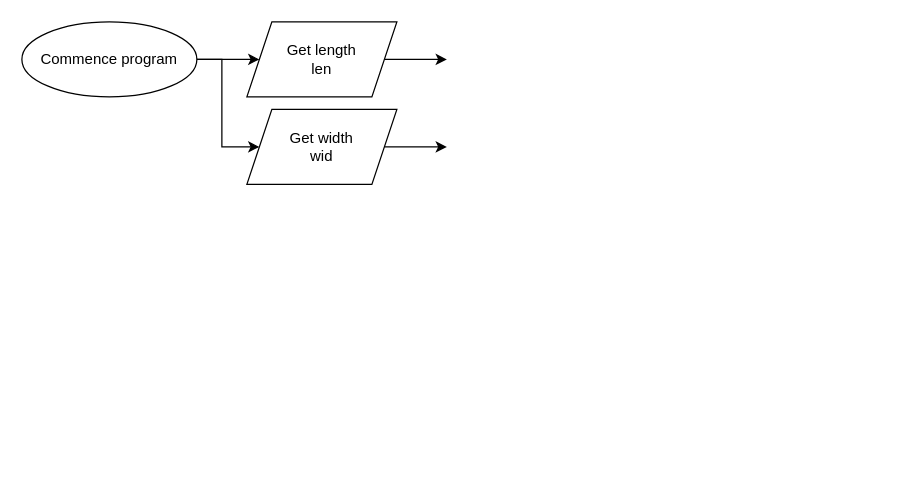
Above: Create a Flowchart for Area & Perimeter of a Rectangle with User Input.drawio in s299776/Unit1-03-Python (draw.io), before the change. Source tidied: cells renumbered, new cells numbered last; positions are measured from the earlier drawing's top-left corner, leaving out a move shared by most shapes. Both pictures are drawn from the tidied source at 125%, with x=0, y=0 at pixel (21, 21).
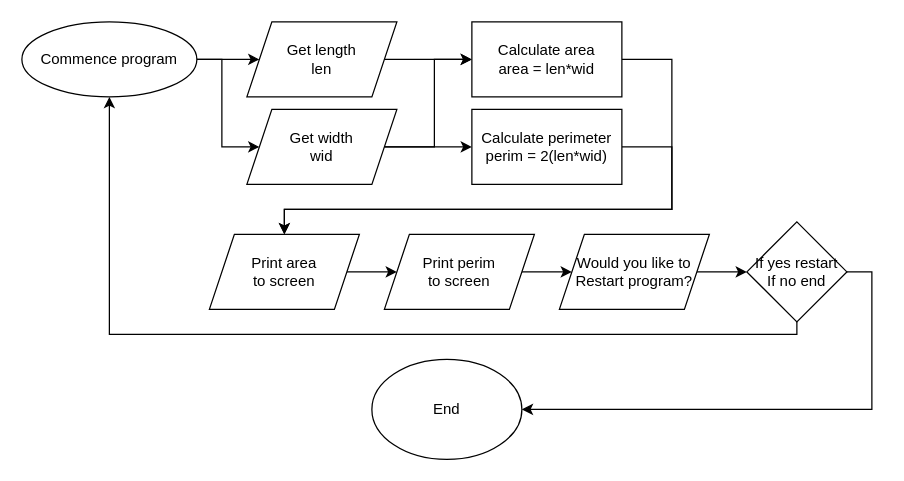
The same diagram, later.

Unchanged cells that the change refers to:
```xml
<mxCell id="3" value="Commence program" style="ellipse;whiteSpace=wrap;html=1;" parent="1" vertex="1">
  <mxGeometry width="140" height="60" as="geometry" />
</mxCell>
<mxCell id="5" value="Get length&lt;br&gt;len" style="shape=parallelogram;perimeter=parallelogramPerimeter;whiteSpace=wrap;html=1;fixedSize=1;" parent="1" vertex="1">
  <mxGeometry x="180" width="120" height="60" as="geometry" />
</mxCell>
<mxCell id="7" value="Get width&lt;br&gt;wid" style="shape=parallelogram;perimeter=parallelogramPerimeter;whiteSpace=wrap;html=1;fixedSize=1;" parent="1" vertex="1">
  <mxGeometry x="180" y="70" width="120" height="60" as="geometry" />
</mxCell>
```

Diff of the diagram source:
```diff
@@
-    <mxCell id="4" style="edgeStyle=orthogonalEdgeStyle;rounded=0;jettySize=auto;html=1;" parent="1" edge="1" source="5">
-      <mxGeometry relative="1" as="geometry">
-        <mxPoint x="340" y="30" as="targetPoint" />
-      </mxGeometry>
+    <mxCell id="4" style="edgeStyle=orthogonalEdgeStyle;rounded=0;jettySize=auto;html=1;entryX=0;entryY=0.5;entryDx=0;entryDy=0;" parent="1" edge="1" source="5" target="11">
+      <mxGeometry relative="1" as="geometry" />
     </mxCell>
@@
-    <mxCell id="6" style="edgeStyle=orthogonalEdgeStyle;rounded=0;jettySize=auto;html=1;" parent="1" edge="1" source="7">
+    <mxCell id="6" style="edgeStyle=orthogonalEdgeStyle;rounded=0;jettySize=auto;html=1;entryX=0;entryY=0.5;entryDx=0;entryDy=0;exitX=1;exitY=0.5;exitDx=0;exitDy=0;" parent="1" edge="1" source="7" target="11">
       <mxGeometry relative="1" as="geometry">
-        <mxPoint x="340" y="100" as="targetPoint" />
+        <Array as="points">
+          <mxPoint x="330" y="100" />
+          <mxPoint x="330" y="30" />
+        </Array>
       </mxGeometry>
     </mxCell>
+    <mxCell id="9" style="edgeStyle=orthogonalEdgeStyle;rounded=0;jettySize=auto;html=1;entryX=0;entryY=0.5;entryDx=0;entryDy=0;" parent="1" edge="1" source="7" target="13">
+      <mxGeometry relative="1" as="geometry" />
+    </mxCell>
@@
+    <mxCell id="10" style="edgeStyle=orthogonalEdgeStyle;rounded=0;jettySize=auto;html=1;" parent="1" edge="1" source="11" target="15">
+      <mxGeometry relative="1" as="geometry">
+        <Array as="points">
+          <mxPoint x="520" y="30" />
+          <mxPoint x="520" y="150" />
+          <mxPoint x="210" y="150" />
+        </Array>
+      </mxGeometry>
+    </mxCell>
+    <mxCell id="11" value="Calculate area&lt;br&gt;area = len*wid" style="rounded=0;whiteSpace=wrap;html=1;" parent="1" vertex="1">
+      <mxGeometry x="360" width="120" height="60" as="geometry" />
+    </mxCell>
+    <mxCell id="12" style="edgeStyle=orthogonalEdgeStyle;rounded=0;jettySize=auto;html=1;entryX=0.5;entryY=0;entryDx=0;entryDy=0;" parent="1" edge="1" source="13" target="15">
+      <mxGeometry relative="1" as="geometry">
+        <Array as="points">
+          <mxPoint x="520" y="100" />
+          <mxPoint x="520" y="150" />
+          <mxPoint x="210" y="150" />
+        </Array>
+      </mxGeometry>
+    </mxCell>
+    <mxCell id="13" value="Calculate perimeter&lt;br&gt;perim = 2(len*wid)" style="rounded=0;whiteSpace=wrap;html=1;" parent="1" vertex="1">
+      <mxGeometry x="360" y="70" width="120" height="60" as="geometry" />
+    </mxCell>
+    <mxCell id="14" style="edgeStyle=orthogonalEdgeStyle;rounded=0;jettySize=auto;html=1;entryX=0;entryY=0.5;entryDx=0;entryDy=0;" parent="1" edge="1" source="15" target="17">
+      <mxGeometry relative="1" as="geometry" />
+    </mxCell>
+    <mxCell id="15" value="Print area&lt;br&gt;to screen" style="shape=parallelogram;perimeter=parallelogramPerimeter;whiteSpace=wrap;html=1;fixedSize=1;" parent="1" vertex="1">
+      <mxGeometry x="150" y="170" width="120" height="60" as="geometry" />
+    </mxCell>
+    <mxCell id="16" style="edgeStyle=orthogonalEdgeStyle;rounded=0;jettySize=auto;html=1;" parent="1" edge="1" source="17" target="19">
+      <mxGeometry relative="1" as="geometry" />
+    </mxCell>
+    <mxCell id="17" value="Print perim&lt;br&gt;to screen" style="shape=parallelogram;perimeter=parallelogramPerimeter;whiteSpace=wrap;html=1;fixedSize=1;" parent="1" vertex="1">
+      <mxGeometry x="290" y="170" width="120" height="60" as="geometry" />
+    </mxCell>
+    <mxCell id="18" style="edgeStyle=orthogonalEdgeStyle;rounded=0;jettySize=auto;html=1;entryX=0;entryY=0.5;entryDx=0;entryDy=0;" parent="1" edge="1" source="19" target="22">
+      <mxGeometry relative="1" as="geometry" />
+    </mxCell>
+    <mxCell id="19" value="Would you like to&lt;br&gt;Restart program?" style="shape=parallelogram;perimeter=parallelogramPerimeter;whiteSpace=wrap;html=1;fixedSize=1;" parent="1" vertex="1">
+      <mxGeometry x="430" y="170" width="120" height="60" as="geometry" />
+    </mxCell>
+    <mxCell id="20" style="edgeStyle=orthogonalEdgeStyle;rounded=0;jettySize=auto;html=1;entryX=0.5;entryY=1;entryDx=0;entryDy=0;" parent="1" edge="1" source="22" target="3">
+      <mxGeometry relative="1" as="geometry">
+        <Array as="points">
+          <mxPoint x="620" y="250" />
+          <mxPoint x="70" y="250" />
+        </Array>
+      </mxGeometry>
+    </mxCell>
+    <mxCell id="21" style="edgeStyle=orthogonalEdgeStyle;rounded=0;jettySize=auto;html=1;entryX=1;entryY=0.5;entryDx=0;entryDy=0;" parent="1" edge="1" source="22" target="23">
+      <mxGeometry relative="1" as="geometry">
+        <Array as="points">
+          <mxPoint x="680" y="200" />
+          <mxPoint x="680" y="310" />
+        </Array>
+      </mxGeometry>
+    </mxCell>
+    <mxCell id="22" value="If yes restart&lt;br&gt;If no end" style="rhombus;whiteSpace=wrap;html=1;" parent="1" vertex="1">
+      <mxGeometry x="580" y="160" width="80" height="80" as="geometry" />
+    </mxCell>
+    <mxCell id="23" value="End" style="ellipse;whiteSpace=wrap;html=1;" parent="1" vertex="1">
+      <mxGeometry x="280" y="270" width="120" height="80" as="geometry" />
+    </mxCell>
```
